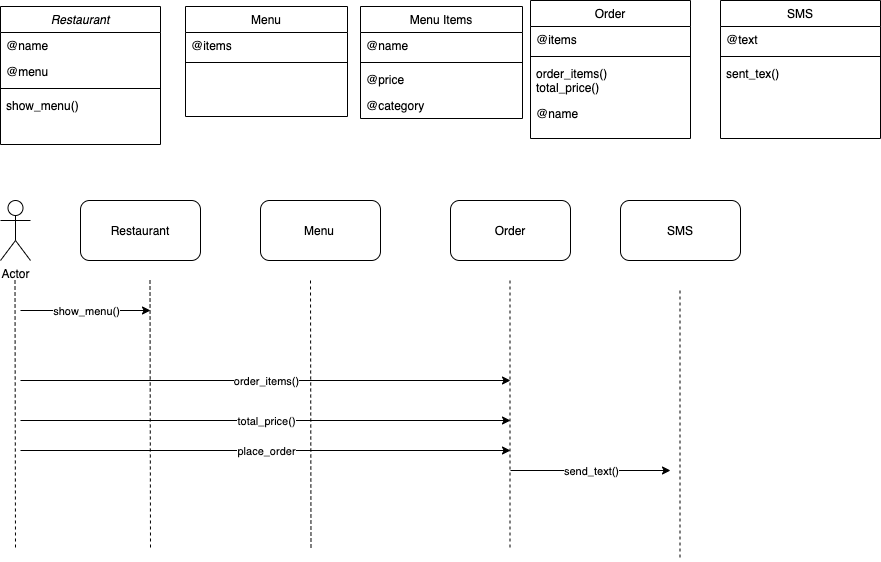
This is takeaway.png from makersacademy/takeaway-challenge, a draw.io export, as it was before one commit. Source tidied: cells renumbered, new cells last; positions are measured from the earlier drawing's top-left corner, leaving out a move shared by most shapes. The source it was exported from:
```xml
<mxGraphModel>
  <root>
    <mxCell id="0" />
    <mxCell id="1" parent="0" />
    <mxCell id="2" value="Actor" style="shape=umlActor;verticalLabelPosition=bottom;verticalAlign=top;html=1;" parent="1" vertex="1">
      <mxGeometry y="200" width="30" height="60" as="geometry" />
    </mxCell>
    <mxCell id="3" style="rounded=1;whiteSpace=wrap;html=1;" parent="1" vertex="1">
      <mxGeometry x="80" y="200" width="120" height="60" as="geometry" />
    </mxCell>
    <mxCell id="4" style="rounded=1;whiteSpace=wrap;html=1;" parent="1" vertex="1">
      <mxGeometry x="260" y="200" width="120" height="60" as="geometry" />
    </mxCell>
    <mxCell id="5" style="rounded=1;whiteSpace=wrap;html=1;" parent="1" vertex="1">
      <mxGeometry x="450" y="200" width="120" height="60" as="geometry" />
    </mxCell>
    <mxCell id="6" value="Order" style="text;html=1;strokeColor=none;fillColor=none;align=center;verticalAlign=middle;whiteSpace=wrap;rounded=0;" parent="1" vertex="1">
      <mxGeometry x="465" y="210" width="90" height="40" as="geometry" />
    </mxCell>
    <mxCell id="7" value="Restaurant" style="text;html=1;strokeColor=none;fillColor=none;align=center;verticalAlign=middle;whiteSpace=wrap;rounded=0;" parent="1" vertex="1">
      <mxGeometry x="95" y="210" width="90" height="40" as="geometry" />
    </mxCell>
    <mxCell id="8" value="Menu" style="text;html=1;strokeColor=none;fillColor=none;align=center;verticalAlign=middle;whiteSpace=wrap;rounded=0;" parent="1" vertex="1">
      <mxGeometry x="274" y="210" width="90" height="40" as="geometry" />
    </mxCell>
    <mxCell id="9" value="Restaurant" style="swimlane;fontStyle=2;align=center;verticalAlign=top;horizontal=1;startSize=26;rounded=0;shadow=0;strokeWidth=1;" parent="1" vertex="1">
      <mxGeometry y="6" width="160" height="138" as="geometry" />
    </mxCell>
    <mxCell id="10" value="@name" style="text;align=left;verticalAlign=top;spacingLeft=4;spacingRight=4;overflow=hidden;" parent="9" vertex="1">
      <mxGeometry y="26" width="160" height="26" as="geometry" />
    </mxCell>
    <mxCell id="11" value="@menu" style="text;align=left;verticalAlign=top;spacingLeft=4;spacingRight=4;overflow=hidden;rounded=0;shadow=0;html=0;" parent="9" vertex="1">
      <mxGeometry y="52" width="160" height="26" as="geometry" />
    </mxCell>
    <mxCell id="12" style="line;html=1;strokeWidth=1;align=left;verticalAlign=middle;spacingTop=-1;spacingLeft=3;spacingRight=3;labelPosition=right;" parent="9" vertex="1">
      <mxGeometry y="78" width="160" height="8" as="geometry" />
    </mxCell>
    <mxCell id="13" value="show_menu()" style="text;align=left;verticalAlign=top;spacingLeft=4;spacingRight=4;overflow=hidden;" parent="9" vertex="1">
      <mxGeometry y="86" width="160" height="26" as="geometry" />
    </mxCell>
    <mxCell id="14" style="endArrow=none;dashed=1;html=1;" parent="1" edge="1">
      <mxGeometry relative="1" as="geometry">
        <mxPoint x="14.5" y="280" as="sourcePoint" />
        <mxPoint x="15" y="550" as="targetPoint" />
      </mxGeometry>
    </mxCell>
    <mxCell id="15" style="endArrow=none;dashed=1;html=1;" parent="1" edge="1">
      <mxGeometry relative="1" as="geometry">
        <mxPoint x="149.5" y="280" as="sourcePoint" />
        <mxPoint x="150" y="550" as="targetPoint" />
      </mxGeometry>
    </mxCell>
    <mxCell id="16" style="endArrow=none;dashed=1;html=1;" parent="1" edge="1">
      <mxGeometry relative="1" as="geometry">
        <mxPoint x="310" y="280" as="sourcePoint" />
        <mxPoint x="310.5" y="550" as="targetPoint" />
      </mxGeometry>
    </mxCell>
    <mxCell id="17" style="endArrow=none;dashed=1;html=1;" parent="1" edge="1">
      <mxGeometry relative="1" as="geometry">
        <mxPoint x="509.5" y="280" as="sourcePoint" />
        <mxPoint x="509.5" y="550" as="targetPoint" />
      </mxGeometry>
    </mxCell>
    <mxCell id="18" style="endArrow=classic;html=1;" parent="1" edge="1">
      <mxGeometry relative="1" as="geometry">
        <mxPoint x="20" y="310" as="sourcePoint" />
        <mxPoint x="150" y="310" as="targetPoint" />
      </mxGeometry>
    </mxCell>
    <mxCell id="19" value="show_menu()" style="edgeLabel;html=1;align=center;verticalAlign=middle;" parent="18" vertex="1">
      <mxGeometry relative="1" as="geometry" />
    </mxCell>
    <mxCell id="20" style="endArrow=classic;html=1;" parent="1" edge="1">
      <mxGeometry relative="1" as="geometry">
        <mxPoint x="20" y="380" as="sourcePoint" />
        <mxPoint x="510" y="380" as="targetPoint" />
      </mxGeometry>
    </mxCell>
    <mxCell id="21" value="order_items()" style="edgeLabel;html=1;align=center;verticalAlign=middle;" parent="20" vertex="1">
      <mxGeometry relative="1" as="geometry" />
    </mxCell>
    <mxCell id="22" style="endArrow=classic;html=1;" parent="1" edge="1">
      <mxGeometry relative="1" as="geometry">
        <mxPoint x="20" y="420" as="sourcePoint" />
        <mxPoint x="510" y="420" as="targetPoint" />
      </mxGeometry>
    </mxCell>
    <mxCell id="23" value="total_price()" style="edgeLabel;html=1;align=center;verticalAlign=middle;" parent="22" vertex="1">
      <mxGeometry relative="1" as="geometry" />
    </mxCell>
    <mxCell id="24" style="rounded=1;whiteSpace=wrap;html=1;" parent="1" vertex="1">
      <mxGeometry x="620" y="200" width="120" height="60" as="geometry" />
    </mxCell>
    <mxCell id="25" value="SMS" style="text;html=1;strokeColor=none;fillColor=none;align=center;verticalAlign=middle;whiteSpace=wrap;rounded=0;" parent="1" vertex="1">
      <mxGeometry x="635" y="210" width="90" height="40" as="geometry" />
    </mxCell>
    <mxCell id="26" style="endArrow=none;dashed=1;html=1;" parent="1" edge="1">
      <mxGeometry relative="1" as="geometry">
        <mxPoint x="679.5" y="290" as="sourcePoint" />
        <mxPoint x="679.5" y="560" as="targetPoint" />
      </mxGeometry>
    </mxCell>
    <mxCell id="27" style="endArrow=classic;html=1;" parent="1" edge="1">
      <mxGeometry relative="1" as="geometry">
        <mxPoint x="510" y="470" as="sourcePoint" />
        <mxPoint x="670" y="470" as="targetPoint" />
      </mxGeometry>
    </mxCell>
    <mxCell id="28" value="send_text()" style="edgeLabel;html=1;align=center;verticalAlign=middle;" parent="27" vertex="1">
      <mxGeometry relative="1" as="geometry" />
    </mxCell>
    <mxCell id="29" style="endArrow=classic;html=1;" parent="1" edge="1">
      <mxGeometry relative="1" as="geometry">
        <mxPoint x="20" y="450" as="sourcePoint" />
        <mxPoint x="510" y="450" as="targetPoint" />
      </mxGeometry>
    </mxCell>
    <mxCell id="30" value="place_order" style="edgeLabel;html=1;align=center;verticalAlign=middle;" parent="29" vertex="1">
      <mxGeometry relative="1" as="geometry" />
    </mxCell>
    <mxCell id="31" value="SMS" style="swimlane;fontStyle=0;align=center;verticalAlign=top;horizontal=1;startSize=26;rounded=0;shadow=0;strokeWidth=1;" parent="1" vertex="1">
      <mxGeometry x="720" width="160" height="138" as="geometry" />
    </mxCell>
    <mxCell id="32" value="@text" style="text;align=left;verticalAlign=top;spacingLeft=4;spacingRight=4;overflow=hidden;" parent="31" vertex="1">
      <mxGeometry y="26" width="160" height="26" as="geometry" />
    </mxCell>
    <mxCell id="33" style="line;html=1;strokeWidth=1;align=left;verticalAlign=middle;spacingTop=-1;spacingLeft=3;spacingRight=3;labelPosition=right;" parent="31" vertex="1">
      <mxGeometry y="52" width="160" height="8" as="geometry" />
    </mxCell>
    <mxCell id="34" value="sent_tex()" style="text;align=left;verticalAlign=top;spacingLeft=4;spacingRight=4;overflow=hidden;" parent="31" vertex="1">
      <mxGeometry y="60" width="160" height="26" as="geometry" />
    </mxCell>
    <mxCell id="35" value="Order" style="swimlane;fontStyle=0;align=center;verticalAlign=top;horizontal=1;startSize=26;rounded=0;shadow=0;strokeWidth=1;" parent="1" vertex="1">
      <mxGeometry x="530" width="160" height="138" as="geometry" />
    </mxCell>
    <mxCell id="36" value="@items" style="text;align=left;verticalAlign=top;spacingLeft=4;spacingRight=4;overflow=hidden;" parent="35" vertex="1">
      <mxGeometry y="26" width="160" height="26" as="geometry" />
    </mxCell>
    <mxCell id="37" style="line;html=1;strokeWidth=1;align=left;verticalAlign=middle;spacingTop=-1;spacingLeft=3;spacingRight=3;labelPosition=right;" parent="35" vertex="1">
      <mxGeometry y="52" width="160" height="8" as="geometry" />
    </mxCell>
    <mxCell id="38" value="order_items()&#10;total_price()" style="text;align=left;verticalAlign=top;spacingLeft=4;spacingRight=4;overflow=hidden;" parent="35" vertex="1">
      <mxGeometry y="60" width="160" height="40" as="geometry" />
    </mxCell>
    <mxCell id="39" value="@name" style="text;align=left;verticalAlign=top;spacingLeft=4;spacingRight=4;overflow=hidden;rounded=0;shadow=0;html=0;" parent="35" vertex="1">
      <mxGeometry y="100" width="160" height="26" as="geometry" />
    </mxCell>
    <mxCell id="40" value="Menu" style="swimlane;fontStyle=0;align=center;verticalAlign=top;horizontal=1;startSize=26;rounded=0;shadow=0;strokeWidth=1;" parent="1" vertex="1">
      <mxGeometry x="185" y="6" width="162" height="110" as="geometry" />
    </mxCell>
    <mxCell id="41" value="@items" style="text;align=left;verticalAlign=top;spacingLeft=4;spacingRight=4;overflow=hidden;rounded=0;shadow=0;html=0;" parent="40" vertex="1">
      <mxGeometry y="26" width="162" height="26" as="geometry" />
    </mxCell>
    <mxCell id="42" style="line;html=1;strokeWidth=1;align=left;verticalAlign=middle;spacingTop=-1;spacingLeft=3;spacingRight=3;labelPosition=right;" parent="40" vertex="1">
      <mxGeometry y="52" width="162" height="8" as="geometry" />
    </mxCell>
    <mxCell id="43" value="Menu Items" style="swimlane;fontStyle=0;align=center;verticalAlign=top;horizontal=1;startSize=26;rounded=0;shadow=0;strokeWidth=1;" parent="1" vertex="1">
      <mxGeometry x="360" y="6" width="162" height="112" as="geometry" />
    </mxCell>
    <mxCell id="44" value="@name" style="text;align=left;verticalAlign=top;spacingLeft=4;spacingRight=4;overflow=hidden;rounded=0;shadow=0;html=0;" parent="43" vertex="1">
      <mxGeometry y="26" width="162" height="26" as="geometry" />
    </mxCell>
    <mxCell id="45" style="line;html=1;strokeWidth=1;align=left;verticalAlign=middle;spacingTop=-1;spacingLeft=3;spacingRight=3;labelPosition=right;" parent="43" vertex="1">
      <mxGeometry y="52" width="162" height="8" as="geometry" />
    </mxCell>
    <mxCell id="46" value="@price" style="text;align=left;verticalAlign=top;spacingLeft=4;spacingRight=4;overflow=hidden;rounded=0;shadow=0;html=0;" parent="43" vertex="1">
      <mxGeometry y="60" width="162" height="26" as="geometry" />
    </mxCell>
    <mxCell id="47" value="@category" style="text;align=left;verticalAlign=top;spacingLeft=4;spacingRight=4;overflow=hidden;rounded=0;shadow=0;html=0;" parent="43" vertex="1">
      <mxGeometry y="86" width="162" height="26" as="geometry" />
    </mxCell>
  </root>
</mxGraphModel>
```
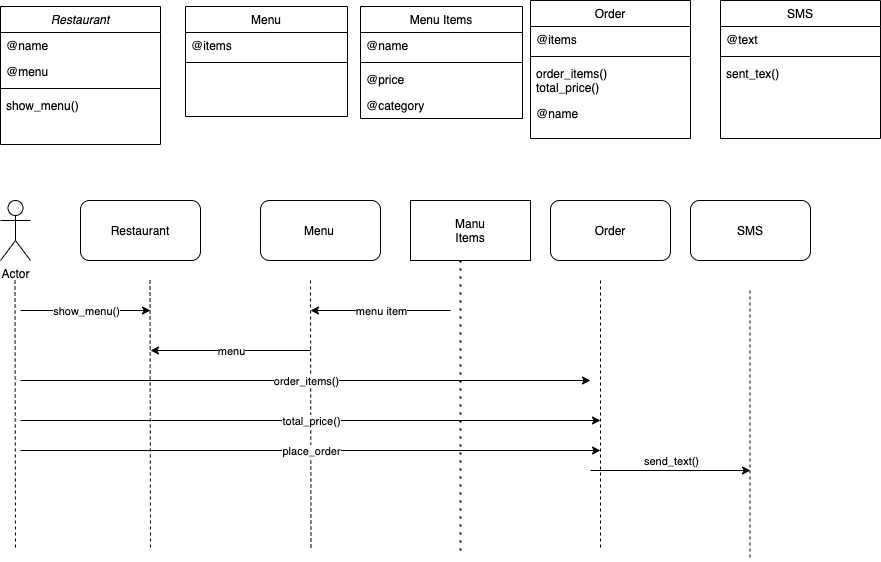
After the change.

Commit message:
update diagram with return values

What changed in the source:
```diff
@@ -12,10 +12,10 @@
       <mxGeometry x="260" y="200" width="120" height="60" as="geometry" />
     </mxCell>
     <mxCell id="5" style="rounded=1;whiteSpace=wrap;html=1;" parent="1" vertex="1">
-      <mxGeometry x="450" y="200" width="120" height="60" as="geometry" />
+      <mxGeometry x="550" y="200" width="120" height="60" as="geometry" />
     </mxCell>
     <mxCell id="6" value="Order" style="text;html=1;strokeColor=none;fillColor=none;align=center;verticalAlign=middle;whiteSpace=wrap;rounded=0;" parent="1" vertex="1">
-      <mxGeometry x="465" y="210" width="90" height="40" as="geometry" />
+      <mxGeometry x="565" y="210" width="90" height="40" as="geometry" />
     </mxCell>
     <mxCell id="7" value="Restaurant" style="text;html=1;strokeColor=none;fillColor=none;align=center;verticalAlign=middle;whiteSpace=wrap;rounded=0;" parent="1" vertex="1">
       <mxGeometry x="95" y="210" width="90" height="40" as="geometry" />
@@ -58,8 +58,8 @@
     </mxCell>
     <mxCell id="17" style="endArrow=none;dashed=1;html=1;" parent="1" edge="1">
       <mxGeometry relative="1" as="geometry">
-        <mxPoint x="509.5" y="280" as="sourcePoint" />
-        <mxPoint x="509.5" y="550" as="targetPoint" />
+        <mxPoint x="600" y="280" as="sourcePoint" />
+        <mxPoint x="600" y="550" as="targetPoint" />
       </mxGeometry>
     </mxCell>
     <mxCell id="18" style="endArrow=classic;html=1;" parent="1" edge="1">
@@ -74,7 +74,7 @@
     <mxCell id="20" style="endArrow=classic;html=1;" parent="1" edge="1">
       <mxGeometry relative="1" as="geometry">
         <mxPoint x="20" y="380" as="sourcePoint" />
-        <mxPoint x="510" y="380" as="targetPoint" />
+        <mxPoint x="590" y="380" as="targetPoint" />
       </mxGeometry>
     </mxCell>
     <mxCell id="21" value="order_items()" style="edgeLabel;html=1;align=center;verticalAlign=middle;" parent="20" vertex="1">
@@ -83,37 +83,39 @@
     <mxCell id="22" style="endArrow=classic;html=1;" parent="1" edge="1">
       <mxGeometry relative="1" as="geometry">
         <mxPoint x="20" y="420" as="sourcePoint" />
-        <mxPoint x="510" y="420" as="targetPoint" />
+        <mxPoint x="600" y="420" as="targetPoint" />
       </mxGeometry>
     </mxCell>
     <mxCell id="23" value="total_price()" style="edgeLabel;html=1;align=center;verticalAlign=middle;" parent="22" vertex="1">
       <mxGeometry relative="1" as="geometry" />
     </mxCell>
     <mxCell id="24" style="rounded=1;whiteSpace=wrap;html=1;" parent="1" vertex="1">
-      <mxGeometry x="620" y="200" width="120" height="60" as="geometry" />
+      <mxGeometry x="690" y="200" width="120" height="60" as="geometry" />
     </mxCell>
     <mxCell id="25" value="SMS" style="text;html=1;strokeColor=none;fillColor=none;align=center;verticalAlign=middle;whiteSpace=wrap;rounded=0;" parent="1" vertex="1">
-      <mxGeometry x="635" y="210" width="90" height="40" as="geometry" />
+      <mxGeometry x="705" y="210" width="90" height="40" as="geometry" />
     </mxCell>
     <mxCell id="26" style="endArrow=none;dashed=1;html=1;" parent="1" edge="1">
       <mxGeometry relative="1" as="geometry">
-        <mxPoint x="679.5" y="290" as="sourcePoint" />
-        <mxPoint x="679.5" y="560" as="targetPoint" />
+        <mxPoint x="749.5" y="290" as="sourcePoint" />
+        <mxPoint x="749.5" y="560" as="targetPoint" />
       </mxGeometry>
     </mxCell>
     <mxCell id="27" style="endArrow=classic;html=1;" parent="1" edge="1">
       <mxGeometry relative="1" as="geometry">
-        <mxPoint x="510" y="470" as="sourcePoint" />
-        <mxPoint x="670" y="470" as="targetPoint" />
+        <mxPoint x="590" y="470" as="sourcePoint" />
+        <mxPoint x="750" y="470" as="targetPoint" />
       </mxGeometry>
     </mxCell>
     <mxCell id="28" value="send_text()" style="edgeLabel;html=1;align=center;verticalAlign=middle;" parent="27" vertex="1">
-      <mxGeometry relative="1" as="geometry" />
+      <mxGeometry relative="1" as="geometry">
+        <mxPoint y="-10" as="offset" />
+      </mxGeometry>
     </mxCell>
     <mxCell id="29" style="endArrow=classic;html=1;" parent="1" edge="1">
       <mxGeometry relative="1" as="geometry">
         <mxPoint x="20" y="450" as="sourcePoint" />
-        <mxPoint x="510" y="450" as="targetPoint" />
+        <mxPoint x="600" y="450" as="targetPoint" />
       </mxGeometry>
     </mxCell>
     <mxCell id="30" value="place_order" style="edgeLabel;html=1;align=center;verticalAlign=middle;" parent="29" vertex="1">
@@ -170,5 +172,35 @@
     <mxCell id="47" value="@category" style="text;align=left;verticalAlign=top;spacingLeft=4;spacingRight=4;overflow=hidden;rounded=0;shadow=0;html=0;" parent="43" vertex="1">
       <mxGeometry y="86" width="162" height="26" as="geometry" />
     </mxCell>
+    <mxCell id="48" style="rounded=0;whiteSpace=wrap;html=1;" parent="1" vertex="1">
+      <mxGeometry x="410" y="200" width="120" height="60" as="geometry" />
+    </mxCell>
+    <mxCell id="49" value="Manu Items" style="text;html=1;strokeColor=none;fillColor=none;align=center;verticalAlign=middle;whiteSpace=wrap;rounded=0;" parent="1" vertex="1">
+      <mxGeometry x="450" y="220" width="40" height="20" as="geometry" />
+    </mxCell>
+    <mxCell id="50" style="endArrow=none;dashed=1;html=1;dashPattern=1 3;strokeWidth=2;" parent="1" edge="1">
+      <mxGeometry relative="1" as="geometry">
+        <mxPoint x="460" y="550" as="sourcePoint" />
+        <mxPoint x="460" y="260" as="targetPoint" />
+      </mxGeometry>
+    </mxCell>
+    <mxCell id="51" style="endArrow=classic;html=1;" parent="1" edge="1">
+      <mxGeometry relative="1" as="geometry">
+        <mxPoint x="450" y="310" as="sourcePoint" />
+        <mxPoint x="310" y="310" as="targetPoint" />
+      </mxGeometry>
+    </mxCell>
+    <mxCell id="52" value="menu item" style="edgeLabel;html=1;align=center;verticalAlign=middle;" parent="51" vertex="1">
+      <mxGeometry relative="1" as="geometry" />
+    </mxCell>
+    <mxCell id="53" style="endArrow=classic;html=1;" parent="1" edge="1">
+      <mxGeometry relative="1" as="geometry">
+        <mxPoint x="310" y="350" as="sourcePoint" />
+        <mxPoint x="150" y="350" as="targetPoint" />
+      </mxGeometry>
+    </mxCell>
+    <mxCell id="54" value="menu" style="edgeLabel;html=1;align=center;verticalAlign=middle;" parent="53" vertex="1">
+      <mxGeometry relative="1" as="geometry" />
+    </mxCell>
   </root>
 </mxGraphModel>
```
